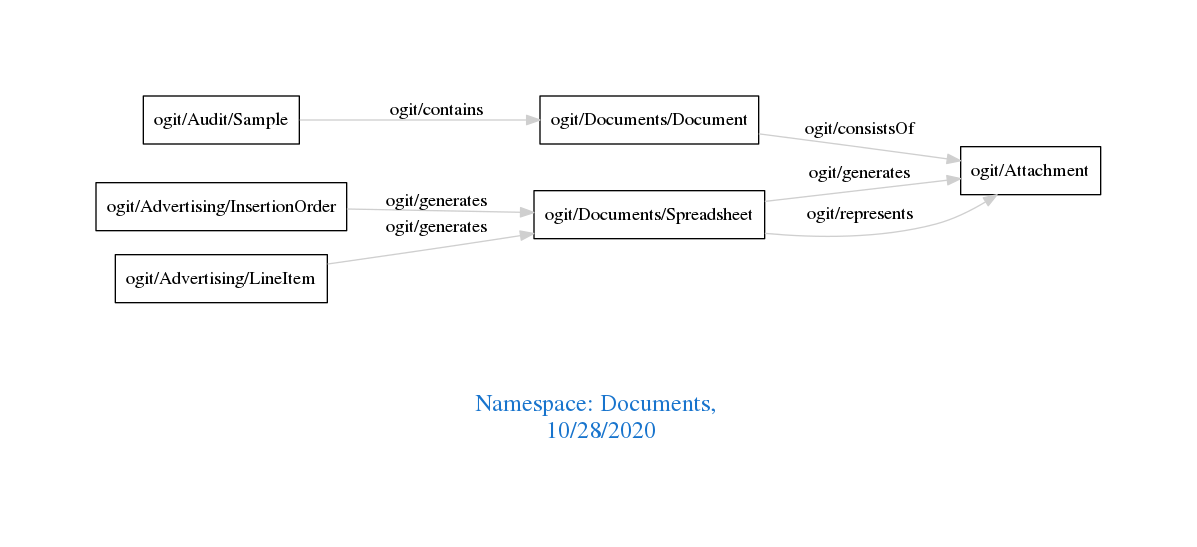
arago/OGIT keeps this Graphviz diagram as downloads/Documents.png. Above is the earlier version. Its source is kept beside it as downloads/Documents.dot.
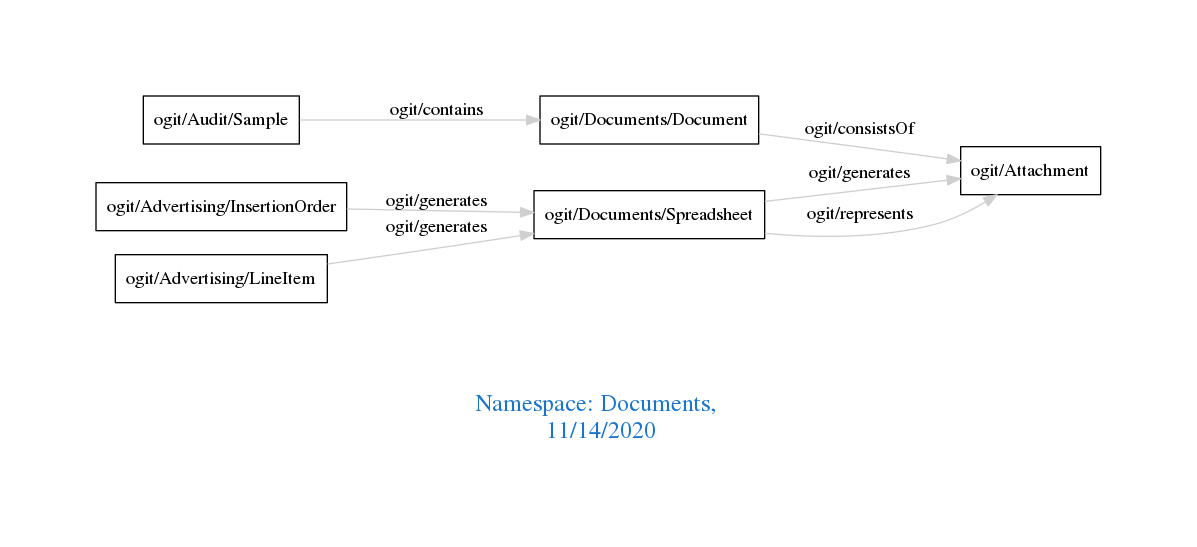
Above is the later version.

The edit, as a diff of the source:
```diff
@@ -1,7 +1,7 @@
 digraph OGIT_ontology {
  graph [ rankdir= LR,pad=1
 fontsize = 18,
-fontcolor= dodgerblue3,label = "\n\n\nNamespace: Documents, \n 10/28/2020"];
+fontcolor= dodgerblue3,label = "\n\n\nNamespace: Documents, \n 11/14/2020"];
 node[shape=polygon];
 edge [  color="gray81"];
 
```
